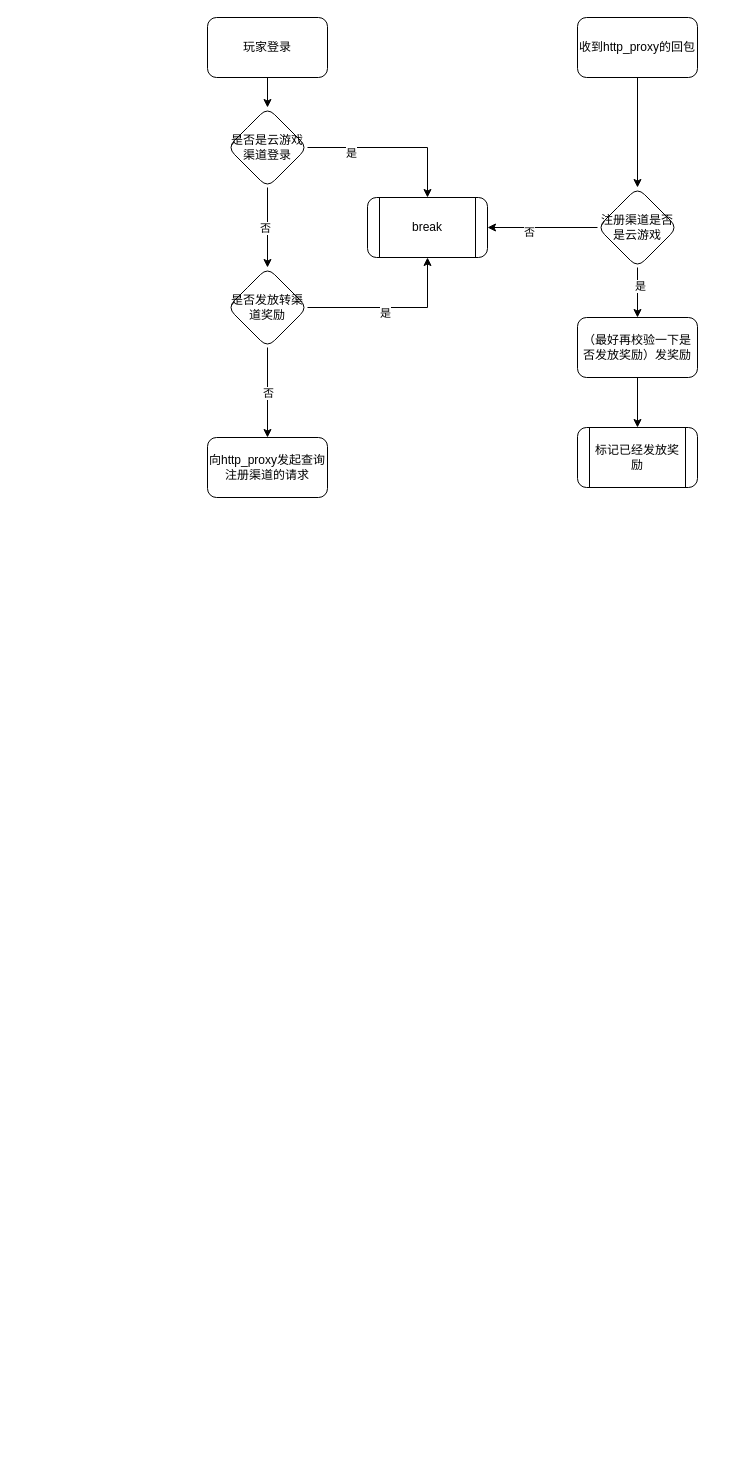
This is 转渠道逻辑.drawio from junpfeng/UE, a draw.io file, before an edit. Source tidied: cells renumbered, new cells numbered last; positions are measured from the earlier drawing's top-left corner, leaving out a move shared by most shapes. Both pictures are drawn from the tidied source at 100%, with x=0, y=0 at pixel (207, 17).
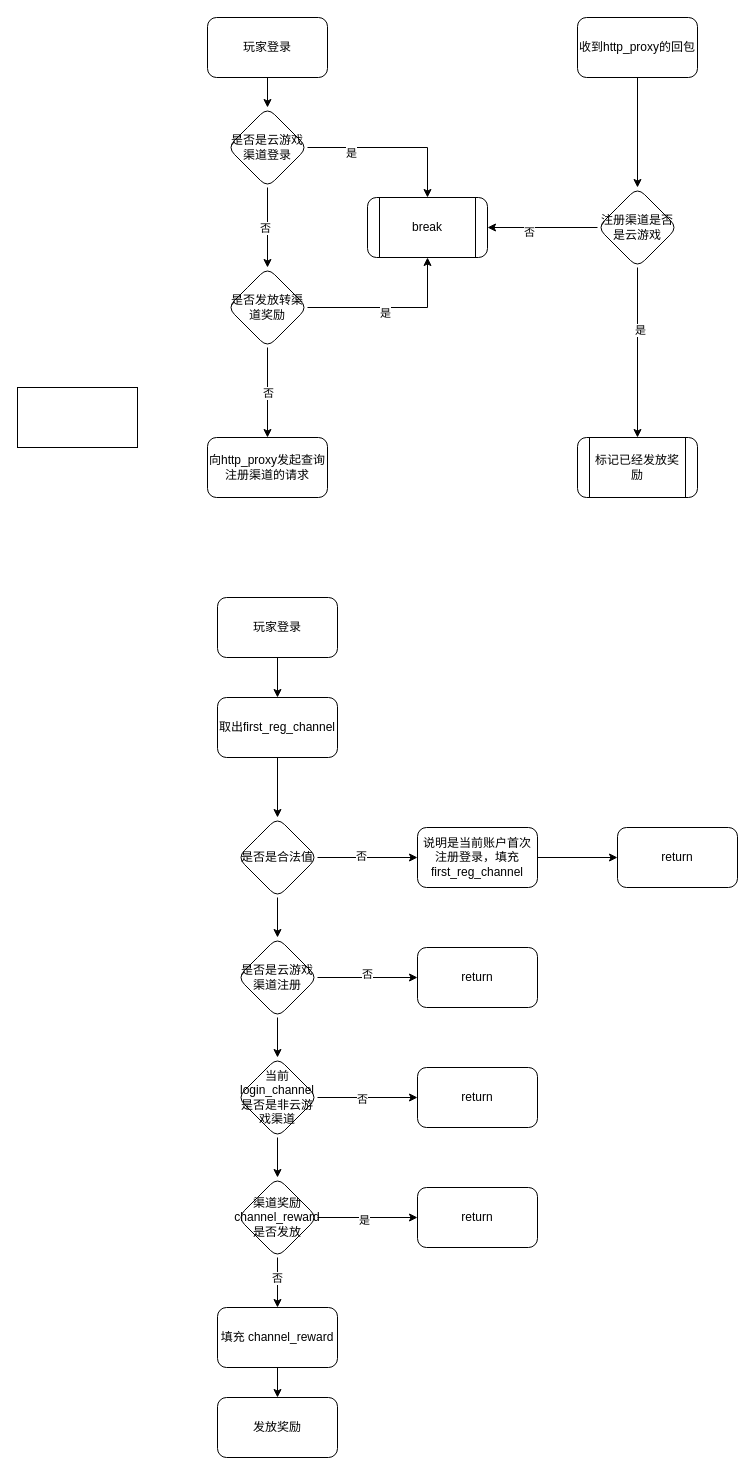
Above is the later version.

Commit message:
更新转渠道逻辑.drawio

Unchanged cells that the change refers to:
```xml
<mxCell id="22" value="注册渠道是否是云游戏" style="rhombus;whiteSpace=wrap;html=1;rounded=1;" parent="1" vertex="1">
  <mxGeometry x="390" y="170" width="80" height="80" as="geometry" />
</mxCell>
```

Change to the diagram source:
```diff
@@
-    <mxCell id="18" style="edgeStyle=orthogonalEdgeStyle;rounded=0;jettySize=auto;html=1;" parent="1" edge="1" source="22" target="24">
+    <mxCell id="18" style="edgeStyle=orthogonalEdgeStyle;rounded=0;jettySize=auto;html=1;entryX=0.5;entryY=0;entryDx=0;entryDy=0;" parent="1" edge="1" source="22" target="25">
       <mxGeometry relative="1" as="geometry" />
     </mxCell>
@@
-    <mxCell id="23" style="edgeStyle=orthogonalEdgeStyle;rounded=0;jettySize=auto;html=1;" parent="1" edge="1" source="24" target="25">
-      <mxGeometry relative="1" as="geometry" />
-    </mxCell>
-    <mxCell id="24" value="（最好再校验一下是否发放奖励）发奖励" style="whiteSpace=wrap;html=1;rounded=1;" parent="1" vertex="1">
-      <mxGeometry x="370" y="300" width="120" height="60" as="geometry" />
-    </mxCell>
     <mxCell id="25" value="标记已经发放奖励" style="shape=process;whiteSpace=wrap;html=1;backgroundOutline=1;rounded=1;" parent="1" vertex="1">
-      <mxGeometry x="370" y="410" width="120" height="60" as="geometry" />
+      <mxGeometry x="370" y="420" width="120" height="60" as="geometry" />
     </mxCell>
+    <mxCell id="26" style="rounded=0;whiteSpace=wrap;html=1;" parent="1" vertex="1">
+      <mxGeometry x="-190" y="370" width="120" height="60" as="geometry" />
+    </mxCell>
+    <mxCell id="27" style="edgeStyle=orthogonalEdgeStyle;rounded=0;jettySize=auto;html=1;" parent="1" edge="1" source="28" target="30">
+      <mxGeometry relative="1" as="geometry" />
+    </mxCell>
+    <mxCell id="28" value="玩家登录" style="rounded=1;whiteSpace=wrap;html=1;" parent="1" vertex="1">
+      <mxGeometry x="10" y="580" width="120" height="60" as="geometry" />
+    </mxCell>
+    <mxCell id="29" style="edgeStyle=orthogonalEdgeStyle;rounded=0;jettySize=auto;html=1;" parent="1" edge="1" source="30" target="34">
+      <mxGeometry relative="1" as="geometry" />
+    </mxCell>
+    <mxCell id="30" value="取出first_reg_channel" style="whiteSpace=wrap;html=1;rounded=1;" parent="1" vertex="1">
+      <mxGeometry x="10" y="680" width="120" height="60" as="geometry" />
+    </mxCell>
+    <mxCell id="31" style="edgeStyle=orthogonalEdgeStyle;rounded=0;jettySize=auto;html=1;" parent="1" edge="1" source="34" target="36">
+      <mxGeometry relative="1" as="geometry" />
+    </mxCell>
+    <mxCell id="32" value="否" style="edgeLabel;html=1;align=center;verticalAlign=middle;" parent="31" vertex="1">
+      <mxGeometry x="-0.14" y="2" relative="1" as="geometry" />
+    </mxCell>
+    <mxCell id="33" style="edgeStyle=orthogonalEdgeStyle;rounded=0;jettySize=auto;html=1;" parent="1" edge="1" source="34" target="41">
+      <mxGeometry relative="1" as="geometry" />
+    </mxCell>
+    <mxCell id="34" value="是否是合法值" style="rhombus;whiteSpace=wrap;html=1;rounded=1;" parent="1" vertex="1">
+      <mxGeometry x="30" y="800" width="80" height="80" as="geometry" />
+    </mxCell>
+    <mxCell id="35" style="edgeStyle=orthogonalEdgeStyle;rounded=0;jettySize=auto;html=1;" parent="1" edge="1" source="36" target="37">
+      <mxGeometry relative="1" as="geometry" />
+    </mxCell>
+    <mxCell id="36" value="说明是当前账户首次注册登录，填充first_reg_channel" style="whiteSpace=wrap;html=1;rounded=1;" parent="1" vertex="1">
+      <mxGeometry x="210" y="810" width="120" height="60" as="geometry" />
+    </mxCell>
+    <mxCell id="37" value="return" style="whiteSpace=wrap;html=1;rounded=1;" parent="1" vertex="1">
+      <mxGeometry x="410" y="810" width="120" height="60" as="geometry" />
+    </mxCell>
+    <mxCell id="38" style="edgeStyle=orthogonalEdgeStyle;rounded=0;jettySize=auto;html=1;" parent="1" edge="1" source="41" target="42">
+      <mxGeometry relative="1" as="geometry" />
+    </mxCell>
+    <mxCell id="39" value="否" style="edgeLabel;html=1;align=center;verticalAlign=middle;" parent="38" vertex="1">
+      <mxGeometry x="-0.03" y="4" relative="1" as="geometry" />
+    </mxCell>
+    <mxCell id="40" style="edgeStyle=orthogonalEdgeStyle;rounded=0;jettySize=auto;html=1;" parent="1" edge="1" source="41" target="46">
+      <mxGeometry relative="1" as="geometry" />
+    </mxCell>
+    <mxCell id="41" value="是否是云游戏渠道注册" style="rhombus;whiteSpace=wrap;html=1;rounded=1;" parent="1" vertex="1">
+      <mxGeometry x="30" y="920" width="80" height="80" as="geometry" />
+    </mxCell>
+    <mxCell id="42" value="return" style="whiteSpace=wrap;html=1;rounded=1;" parent="1" vertex="1">
+      <mxGeometry x="210" y="930" width="120" height="60" as="geometry" />
+    </mxCell>
+    <mxCell id="43" style="edgeStyle=orthogonalEdgeStyle;rounded=0;jettySize=auto;html=1;" parent="1" edge="1" source="46" target="47">
+      <mxGeometry relative="1" as="geometry" />
+    </mxCell>
+    <mxCell id="44" value="否" style="edgeLabel;html=1;align=center;verticalAlign=middle;" parent="43" vertex="1">
+      <mxGeometry x="-0.12" y="-1" relative="1" as="geometry" />
+    </mxCell>
+    <mxCell id="45" style="edgeStyle=orthogonalEdgeStyle;rounded=0;jettySize=auto;html=1;" parent="1" edge="1" source="46" target="52">
+      <mxGeometry relative="1" as="geometry" />
+    </mxCell>
+    <mxCell id="46" value="当前login_channel是否是非云游戏渠道" style="rhombus;whiteSpace=wrap;html=1;rounded=1;" parent="1" vertex="1">
+      <mxGeometry x="30" y="1040" width="80" height="80" as="geometry" />
+    </mxCell>
+    <mxCell id="47" value="return" style="whiteSpace=wrap;html=1;rounded=1;" parent="1" vertex="1">
+      <mxGeometry x="210" y="1050" width="120" height="60" as="geometry" />
+    </mxCell>
+    <mxCell id="48" style="edgeStyle=orthogonalEdgeStyle;rounded=0;jettySize=auto;html=1;" parent="1" edge="1" source="52" target="53">
+      <mxGeometry relative="1" as="geometry" />
+    </mxCell>
+    <mxCell id="49" value="是" style="edgeLabel;html=1;align=center;verticalAlign=middle;" parent="48" vertex="1">
+      <mxGeometry x="-0.08" y="-2" relative="1" as="geometry" />
+    </mxCell>
+    <mxCell id="50" style="edgeStyle=orthogonalEdgeStyle;rounded=0;jettySize=auto;html=1;" parent="1" edge="1" source="52" target="55">
+      <mxGeometry relative="1" as="geometry" />
+    </mxCell>
+    <mxCell id="51" value="否" style="edgeLabel;html=1;align=center;verticalAlign=middle;" parent="50" vertex="1">
+      <mxGeometry x="-0.2" y="-1" relative="1" as="geometry" />
+    </mxCell>
+    <mxCell id="52" value="渠道奖励 channel_reward 是否发放" style="rhombus;whiteSpace=wrap;html=1;rounded=1;" parent="1" vertex="1">
+      <mxGeometry x="30" y="1160" width="80" height="80" as="geometry" />
+    </mxCell>
+    <mxCell id="53" value="return" style="whiteSpace=wrap;html=1;rounded=1;" parent="1" vertex="1">
+      <mxGeometry x="210" y="1170" width="120" height="60" as="geometry" />
+    </mxCell>
+    <mxCell id="54" style="edgeStyle=orthogonalEdgeStyle;rounded=0;jettySize=auto;html=1;" parent="1" edge="1" source="55" target="56">
+      <mxGeometry relative="1" as="geometry" />
+    </mxCell>
+    <mxCell id="55" value="填充 channel_reward" style="whiteSpace=wrap;html=1;rounded=1;" parent="1" vertex="1">
+      <mxGeometry x="10" y="1290" width="120" height="60" as="geometry" />
+    </mxCell>
+    <mxCell id="56" value="发放奖励" style="whiteSpace=wrap;html=1;rounded=1;" parent="1" vertex="1">
+      <mxGeometry x="10" y="1380" width="120" height="60" as="geometry" />
+    </mxCell>
```
